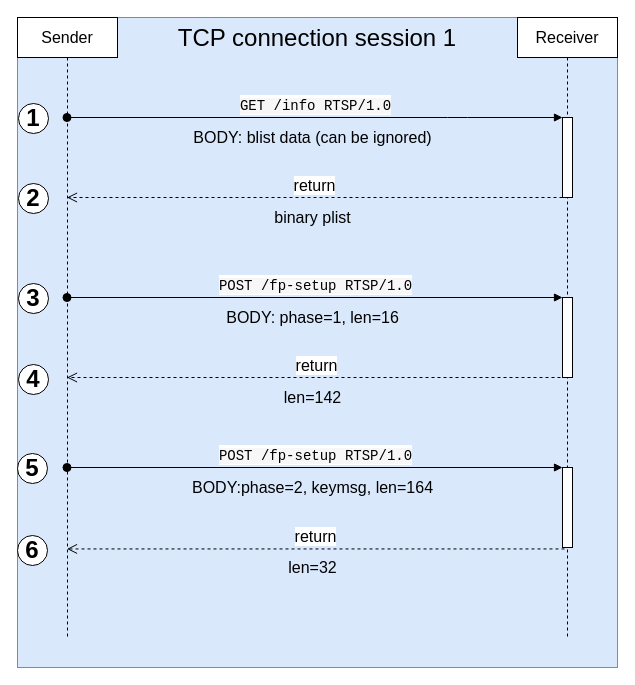
Earlier version of the draw.io diagram dgm/pairing-interaction.drawio (air-display/airplay-internal). Source tidied: cells renumbered, new cells numbered last; positions are measured from the earlier drawing's top-left corner, leaving out a move shared by most shapes. Both pictures are drawn from the tidied source at 100%, with x=0, y=0 at pixel (17, 17).
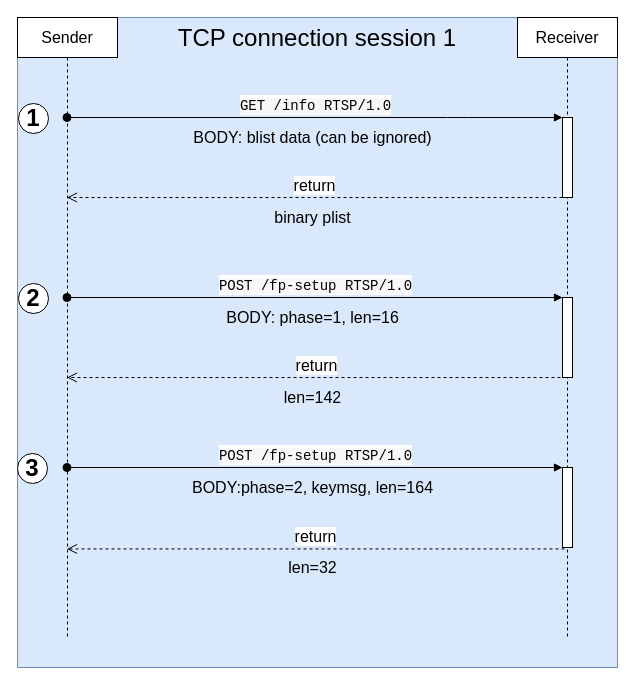
After the change.

What changed in the source:
```diff
@@
-    <mxCell id="21" value="2" style="ellipse;whiteSpace=wrap;html=1;fontSize=24;fontStyle=1;" parent="1" vertex="1">
-      <mxGeometry x="1" y="166" width="30" height="30" as="geometry" />
-    </mxCell>
-    <mxCell id="22" value="3" style="ellipse;whiteSpace=wrap;html=1;fontSize=24;fontStyle=1;" parent="1" vertex="1">
+    <mxCell id="22" value="2" style="ellipse;whiteSpace=wrap;html=1;fontSize=24;fontStyle=1;" parent="1" vertex="1">
       <mxGeometry x="1" y="266" width="30" height="30" as="geometry" />
     </mxCell>
-    <mxCell id="23" value="4" style="ellipse;whiteSpace=wrap;html=1;fontSize=24;fontStyle=1;" parent="1" vertex="1">
-      <mxGeometry x="1" y="347" width="30" height="30" as="geometry" />
-    </mxCell>
-    <mxCell id="24" value="5" style="ellipse;whiteSpace=wrap;html=1;fontSize=24;fontStyle=1;" parent="1" vertex="1">
+    <mxCell id="24" value="3" style="ellipse;whiteSpace=wrap;html=1;fontSize=24;fontStyle=1;" parent="1" vertex="1">
       <mxGeometry y="436" width="30" height="30" as="geometry" />
     </mxCell>
-    <mxCell id="25" value="6" style="ellipse;whiteSpace=wrap;html=1;fontSize=24;fontStyle=1;" parent="1" vertex="1">
-      <mxGeometry y="518" width="30" height="30" as="geometry" />
-    </mxCell>
```
